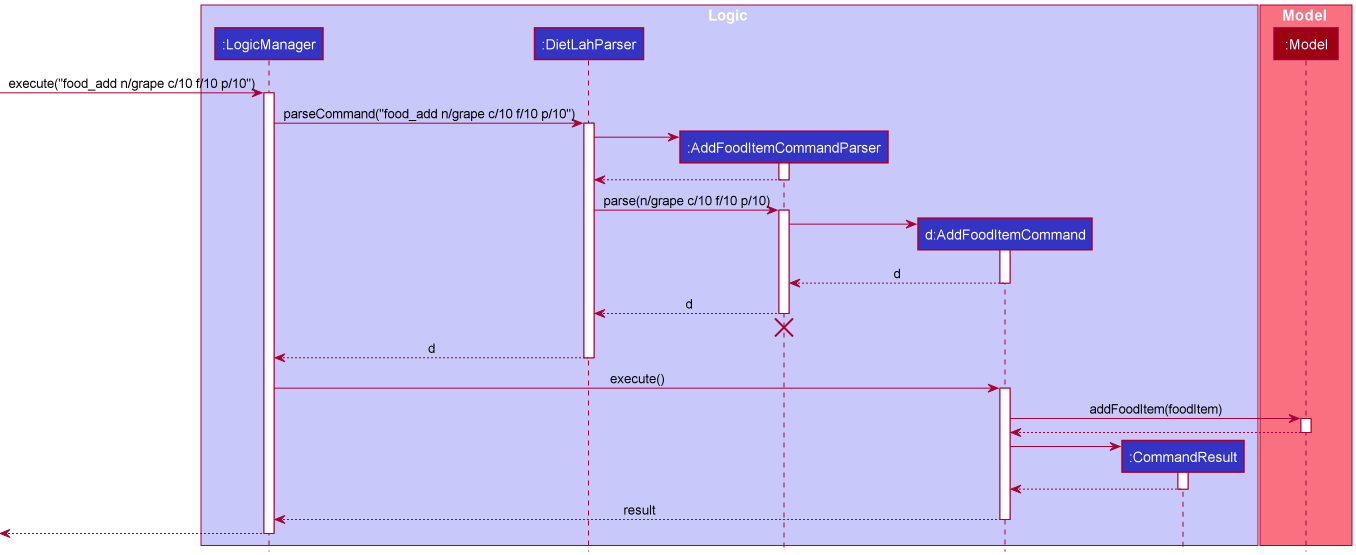
nus-cs2103-AY2021S2/tp keeps this PlantUML diagram as docs/images/AddFoodItemSequenceDiagram.png. Above is the earlier version. Its source is kept beside it as docs/diagrams/AddFoodItemSequenceDiagram.puml.
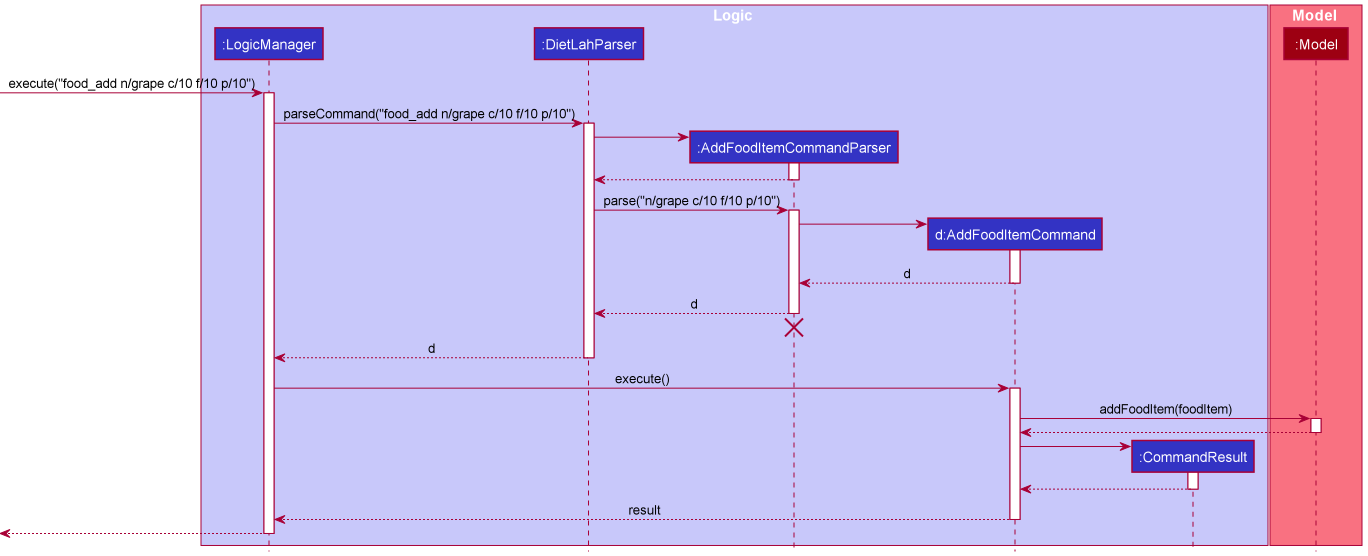
Above is the later version.

Change to the diagram source:
```diff
@@ -26,7 +26,7 @@
 AddFoodItemCommandParser --> DietLahParser
 deactivate AddFoodItemCommandParser
 
-DietLahParser -> AddFoodItemCommandParser : parse(n/grape c/10 f/10 p/10)
+DietLahParser -> AddFoodItemCommandParser : parse("n/grape c/10 f/10 p/10")
 activate AddFoodItemCommandParser
 
 create AddFoodItemCommand
```
